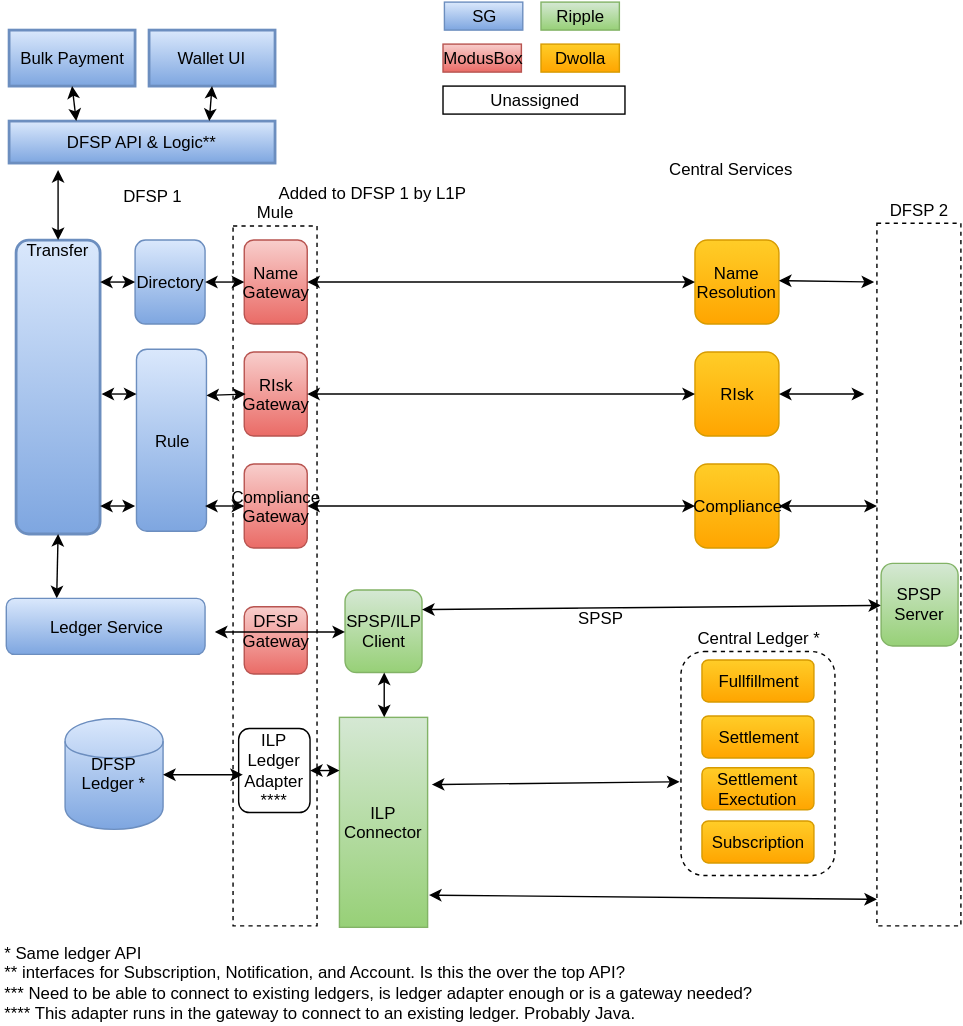
Above: Wiki/Top Level Architecture.svg in maduhu/Documentation (draw.io), before the change. Source tidied: cells renumbered, new cells last; positions are measured from the earlier drawing's top-left corner, leaving out a move shared by most shapes.
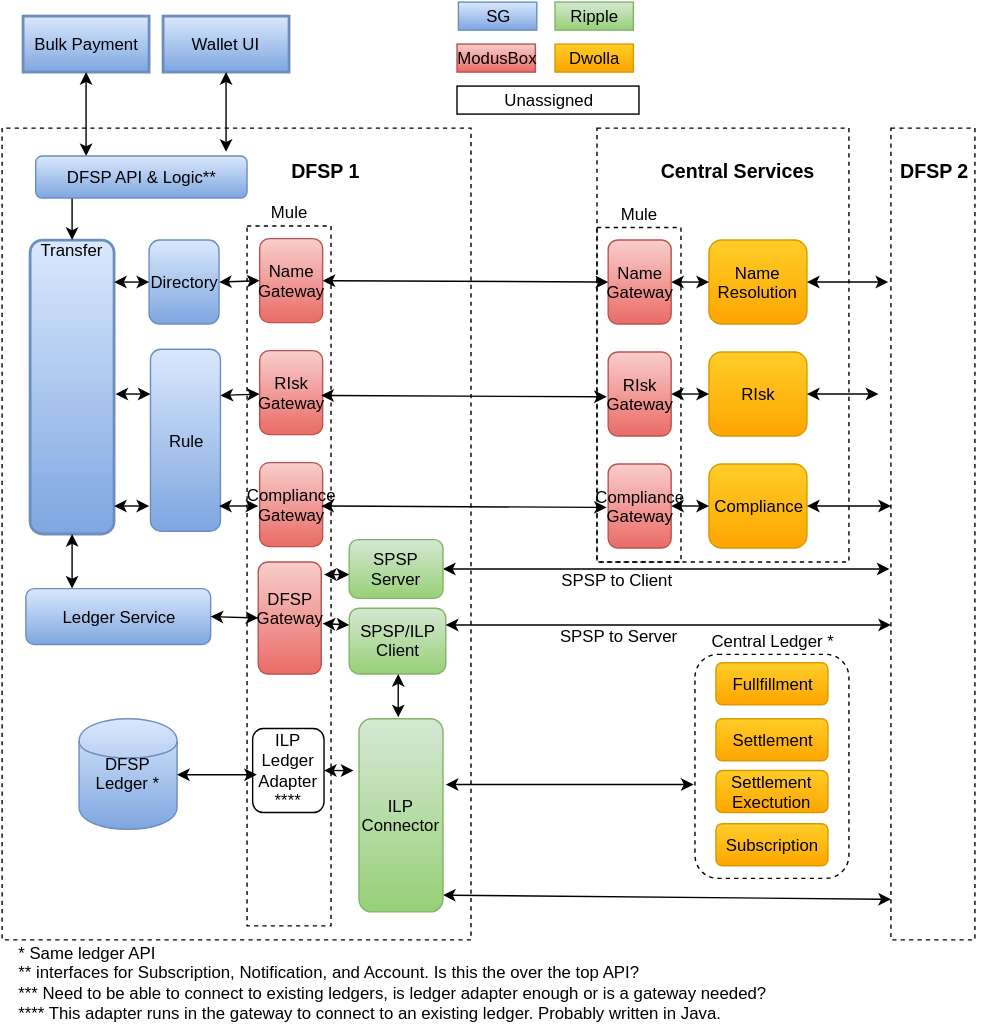
The same file after the commit.

Commit message:
Add mule to center

Added Mule gateway to central services to allow other DFSPs to connect to the center
Adding clear boundaries around the servers
Also moving server to the DFSP 1

What changed in the source:
```diff
@@ -4,4 +4,10 @@
     <mxCell id="1" parent="0" />
+    <mxCell id="62" style="whiteSpace=wrap;html=1;fillColor=none;dashed=1;labelPosition=center;verticalLabelPosition=top;align=center;verticalAlign=bottom;" parent="1" vertex="1">
+      <mxGeometry x="415" y="90" width="180" height="310" as="geometry" />
+    </mxCell>
+    <mxCell id="63" style="whiteSpace=wrap;html=1;fillColor=none;dashed=1;labelPosition=center;verticalLabelPosition=top;align=center;verticalAlign=bottom;direction=west;" parent="1" vertex="1">
+      <mxGeometry x="-10" y="90" width="335" height="580" as="geometry" />
+    </mxCell>
     <mxCell id="2" value="Central Ledger *" style="rounded=1;whiteSpace=wrap;html=1;fillColor=none;strokeColor=#000000;dashed=1;labelPosition=center;verticalLabelPosition=top;align=center;verticalAlign=bottom;" parent="1" vertex="1">
-      <mxGeometry x="485" y="464" width="110" height="160" as="geometry" />
+      <mxGeometry x="485" y="466" width="110" height="160" as="geometry" />
     </mxCell>
@@ -16,7 +22,4 @@
     </mxCell>
-    <mxCell id="6" value="ILP Connector" style="whiteSpace=wrap;html=1;plain-green;" parent="1" vertex="1">
-      <mxGeometry x="241" y="511" width="63" height="150" as="geometry" />
-    </mxCell>
     <mxCell id="7" value="&lt;div&gt;SPSP/ILP&lt;/div&gt;&lt;div&gt;Client&lt;/div&gt;" style="rounded=1;whiteSpace=wrap;html=1;plain-green;" parent="1" vertex="1">
-      <mxGeometry x="245" y="420" width="55" height="59" as="geometry" />
+      <mxGeometry x="238" y="433" width="69" height="47" as="geometry" />
     </mxCell>
@@ -25,29 +28,30 @@
     </mxCell>
-    <mxCell id="9" value="DFSP API &amp;amp; Logic**" style="whiteSpace=wrap;align=center;verticalAlign=middle;fontStyle=0;strokeWidth=2;html=1;plain-blue;" parent="1" vertex="1">
-      <mxGeometry x="5" y="85" width="190" height="30" as="geometry" />
-    </mxCell>
     <mxCell id="10" value="Bulk Payment" style="whiteSpace=wrap;align=center;verticalAlign=middle;fontStyle=0;strokeWidth=2;html=1;plain-blue;" parent="1" vertex="1">
-      <mxGeometry x="5" y="20" width="90" height="40" as="geometry" />
+      <mxGeometry x="5" y="10" width="90" height="40" as="geometry" />
     </mxCell>
     <mxCell id="11" value="Wallet UI" style="whiteSpace=wrap;align=center;verticalAlign=middle;fontStyle=0;strokeWidth=2;html=1;plain-blue;" parent="1" vertex="1">
-      <mxGeometry x="105" y="20" width="90" height="40" as="geometry" />
+      <mxGeometry x="105" y="10" width="90" height="40" as="geometry" />
     </mxCell>
-    <mxCell id="12" style="endArrow=classic;startArrow=classic;html=1;entryX=0.5;entryY=1;exitX=0.25;exitY=0;" parent="1" edge="1" source="9" target="10">
-      <mxGeometry relative="1" as="geometry" />
+    <mxCell id="12" style="endArrow=classic;startArrow=classic;html=1;entryX=0.5;entryY=1;" parent="1" edge="1" target="10">
+      <mxGeometry relative="1" as="geometry">
+        <mxPoint x="50" y="110" as="sourcePoint" />
+      </mxGeometry>
     </mxCell>
-    <mxCell id="13" style="endArrow=classic;startArrow=classic;html=1;entryX=0.5;entryY=1;exitX=0.75;exitY=0;" parent="1" edge="1" source="9" target="11">
-      <mxGeometry x="105" y="80" as="geometry" />
+    <mxCell id="13" style="endArrow=classic;startArrow=classic;html=1;entryX=0.5;entryY=1;" parent="1" edge="1" target="11">
+      <mxGeometry x="105" y="80" as="geometry">
+        <mxPoint x="150" y="107" as="sourcePoint" />
+      </mxGeometry>
     </mxCell>
-    <mxCell id="14" style="endArrow=classic;startArrow=classic;html=1;exitX=0.5;exitY=0;entryX=0.184;entryY=1.167;entryPerimeter=0;" parent="1" edge="1" source="5" target="9">
-      <mxGeometry x="110" y="236" as="geometry" />
+    <mxCell id="14" style="endArrow=classic;startArrow=classic;html=1;exitX=0.5;exitY=0;entryX=0.184;entryY=1.167;entryPerimeter=0;" parent="1" edge="1" source="5">
+      <mxGeometry x="110" y="236" as="geometry">
+        <mxPoint x="40" y="120" as="targetPoint" />
+      </mxGeometry>
     </mxCell>
-    <mxCell id="15" value="&lt;div&gt;* Same ledger API&lt;/div&gt;&lt;div&gt;** interfaces for Subscription, Notification, and Account. Is this the over the top API?&lt;/div&gt;&lt;div&gt;*** Need to be able to connect to existing ledgers, is ledger adapter enough or is a gateway needed?&lt;/div&gt;&lt;div&gt;**** This adapter runs in the gateway to connect to an existing ledger. Probably Java.&lt;/div&gt;" style="text;html=1;align=left;verticalAlign=top;spacingTop=-4;" parent="1" vertex="1">
+    <mxCell id="15" value="&lt;div&gt;* Same ledger API&lt;/div&gt;&lt;div&gt;** interfaces for Subscription, Notification, and Account. Is this the over the top API?&lt;/div&gt;&lt;div&gt;*** Need to be able to connect to existing ledgers, is ledger adapter enough or is a gateway needed?&lt;/div&gt;&lt;div&gt;**** This adapter runs in the gateway to connect to an existing ledger. Probably written in Java.&lt;/div&gt;" style="text;html=1;align=left;verticalAlign=top;spacingTop=-4;" parent="1" vertex="1">
       <mxGeometry y="670" width="550" height="60" as="geometry" />
     </mxCell>
-    <mxCell id="16" style="endArrow=classic;startArrow=classic;html=1;exitX=1;exitY=0.5;entryX=0;entryY=0.5;" parent="1" edge="1" target="59">
-      <mxGeometry x="-40" y="539" as="geometry">
-        <mxPoint x="300" y="434" as="sourcePoint" />
-      </mxGeometry>
+    <mxCell id="16" style="endArrow=classic;startArrow=classic;html=1;exitX=1;exitY=0.5;entryX=-0.017;entryY=0.543;entryPerimeter=0;" parent="1" edge="1" source="59" target="39">
+      <mxGeometry x="-40" y="539" as="geometry" />
     </mxCell>
-    <mxCell id="17" value="SPSP" style="text;html=1;align=center;verticalAlign=middle;labelBackgroundColor=#ffffff;" parent="16" vertex="1">
+    <mxCell id="17" value="SPSP to Client" style="text;html=1;align=center;verticalAlign=middle;labelBackgroundColor=#ffffff;" parent="16" vertex="1">
       <mxGeometry relative="1" as="geometry">
@@ -57,3 +61,3 @@
     <mxCell id="18" value="Name Resolution" style="rounded=1;whiteSpace=wrap;html=1;plain-orange;" parent="1" vertex="1">
-      <mxGeometry x="495" y="170" width="60" height="60" as="geometry" />
+      <mxGeometry x="495" y="170" width="70" height="60" as="geometry" />
     </mxCell>
@@ -63,3 +67,3 @@
     <mxCell id="20" value="Name Gateway" style="rounded=1;whiteSpace=wrap;html=1;plain-red;" parent="1" vertex="1">
-      <mxGeometry x="173" y="170" width="45" height="60" as="geometry" />
+      <mxGeometry x="423" y="170" width="45" height="60" as="geometry" />
     </mxCell>
@@ -71,3 +75,3 @@
     </mxCell>
-    <mxCell id="22" style="endArrow=classic;startArrow=classic;html=1;entryX=0;entryY=0.5;exitX=1;exitY=0.5;" parent="1" edge="1" source="19" target="20">
+    <mxCell id="22" style="endArrow=classic;startArrow=classic;html=1;entryX=0;entryY=0.5;exitX=1;exitY=0.5;" parent="1" edge="1" source="68" target="20">
       <mxGeometry x="125" y="219" as="geometry" />
@@ -78,6 +82,6 @@
     <mxCell id="24" value="RIsk" style="rounded=1;whiteSpace=wrap;html=1;plain-orange;" parent="1" vertex="1">
-      <mxGeometry x="495" y="250" width="60" height="60" as="geometry" />
+      <mxGeometry x="495" y="250" width="70" height="60" as="geometry" />
     </mxCell>
     <mxCell id="25" value="RIsk Gateway" style="rounded=1;whiteSpace=wrap;html=1;plain-red;" parent="1" vertex="1">
-      <mxGeometry x="173" y="250" width="45" height="60" as="geometry" />
+      <mxGeometry x="423" y="250" width="45" height="60" as="geometry" />
     </mxCell>
@@ -87,6 +91,6 @@
     <mxCell id="27" value="Compliance" style="rounded=1;whiteSpace=wrap;html=1;plain-orange;" parent="1" vertex="1">
-      <mxGeometry x="495" y="330" width="60" height="60" as="geometry" />
+      <mxGeometry x="495" y="330" width="70" height="60" as="geometry" />
     </mxCell>
     <mxCell id="28" value="Compliance Gateway" style="rounded=1;whiteSpace=wrap;html=1;plain-red;" parent="1" vertex="1">
-      <mxGeometry x="173" y="330" width="45" height="60" as="geometry" />
+      <mxGeometry x="423" y="330" width="45" height="60" as="geometry" />
     </mxCell>
@@ -121,9 +125,9 @@
     </mxCell>
-    <mxCell id="35" value="Central Services" style="text;html=1;align=left;verticalAlign=top;spacingTop=-4;" parent="1" vertex="1">
-      <mxGeometry x="475" y="110" width="100" height="20" as="geometry" />
+    <mxCell id="35" value="Central Services" style="text;html=1;align=left;verticalAlign=top;spacingTop=-4;fontStyle=1;fontSize=14;" parent="1" vertex="1">
+      <mxGeometry x="459" y="110" width="100" height="20" as="geometry" />
     </mxCell>
     <mxCell id="36" style="endArrow=classic;startArrow=classic;html=1;" parent="1" edge="1">
-      <mxGeometry x="260" y="658" as="geometry">
-        <mxPoint x="495" y="560" as="sourcePoint" />
-        <mxPoint x="495" y="560" as="targetPoint" />
+      <mxGeometry x="260" y="660" as="geometry">
+        <mxPoint x="495" y="562" as="sourcePoint" />
+        <mxPoint x="495" y="562" as="targetPoint" />
       </mxGeometry>
@@ -131,13 +135,12 @@
     <mxCell id="37" value="&lt;div&gt;DFSP Gateway&lt;/div&gt;&lt;div&gt;&lt;div&gt;&lt;br&gt;&lt;/div&gt;&lt;/div&gt;" style="rounded=1;whiteSpace=wrap;html=1;plain-red;" parent="1" vertex="1">
-      <mxGeometry x="173" y="432" width="45" height="48" as="geometry" />
+      <mxGeometry x="173" y="400" width="45" height="80" as="geometry" />
     </mxCell>
-    <mxCell id="38" style="endArrow=classic;startArrow=classic;html=1;exitX=1.049;exitY=0.6;entryX=0;entryY=0.5;exitPerimeter=0;" parent="1" edge="1" source="45" target="7">
+    <mxCell id="38" style="endArrow=classic;startArrow=classic;html=1;exitX=1.017;exitY=0.553;entryX=0;entryY=0.25;exitPerimeter=0;" parent="1" edge="1" source="37" target="7">
       <mxGeometry x="120" y="467" as="geometry" />
     </mxCell>
-    <mxCell id="39" value="DFSP 2" style="whiteSpace=wrap;html=1;fillColor=none;dashed=1;labelPosition=center;verticalLabelPosition=top;align=center;verticalAlign=bottom;" parent="1" vertex="1">
-      <mxGeometry x="625" y="158" width="60" height="502" as="geometry" />
+    <mxCell id="39" style="whiteSpace=wrap;html=1;fillColor=none;dashed=1;labelPosition=center;verticalLabelPosition=middle;align=center;verticalAlign=middle;" parent="1" vertex="1">
+      <mxGeometry x="625" y="90" width="60" height="580" as="geometry" />
     </mxCell>
-    <mxCell id="40" style="endArrow=classic;startArrow=classic;html=1;" parent="1" edge="1">
+    <mxCell id="40" style="endArrow=classic;startArrow=classic;html=1;exitX=1;exitY=0.5;" parent="1" edge="1" source="27">
       <mxGeometry x="464" y="389" as="geometry">
-        <mxPoint x="555" y="360" as="sourcePoint" />
         <mxPoint x="625" y="360" as="targetPoint" />
@@ -145,5 +148,5 @@
     </mxCell>
-    <mxCell id="41" style="endArrow=classic;startArrow=classic;html=1;exitX=1;exitY=0.5;" parent="1" edge="1">
+    <mxCell id="41" style="endArrow=classic;startArrow=classic;html=1;" parent="1" edge="1">
       <mxGeometry x="472" y="309" as="geometry">
-        <mxPoint x="555" y="280" as="sourcePoint" />
+        <mxPoint x="565" y="280" as="sourcePoint" />
         <mxPoint x="616" y="280" as="targetPoint" />
@@ -151,5 +154,5 @@
     </mxCell>
-    <mxCell id="42" style="endArrow=classic;startArrow=classic;html=1;exitX=1;exitY=0.5;entryX=-0.033;entryY=0.269;entryPerimeter=0;" parent="1" edge="1">
+    <mxCell id="42" style="endArrow=classic;startArrow=classic;html=1;entryX=-0.033;entryY=0.269;entryPerimeter=0;" parent="1" edge="1">
       <mxGeometry x="472" y="228" as="geometry">
-        <mxPoint x="555" y="199" as="sourcePoint" />
+        <mxPoint x="565" y="200" as="sourcePoint" />
         <mxPoint x="623" y="200" as="targetPoint" />
@@ -157,13 +160,19 @@
     </mxCell>
-    <mxCell id="43" style="endArrow=classic;startArrow=classic;html=1;exitX=0.5;exitY=1;entryX=0.5;entryY=0;" parent="1" edge="1" source="7" target="6">
-      <mxGeometry x="130" y="399" as="geometry" />
+    <mxCell id="43" style="endArrow=classic;startArrow=classic;html=1;exitX=0.5;exitY=1;entryX=0.5;entryY=0;" parent="1" edge="1" source="7">
+      <mxGeometry x="130" y="399" as="geometry">
+        <mxPoint x="273" y="511" as="targetPoint" />
+      </mxGeometry>
     </mxCell>
-    <mxCell id="44" style="endArrow=classic;startArrow=classic;html=1;entryX=-0.009;entryY=0.581;exitX=1.04;exitY=0.32;exitPerimeter=0;entryPerimeter=0;" parent="1" edge="1" source="6" target="2">
-      <mxGeometry x="115" y="649" as="geometry" />
+    <mxCell id="44" style="endArrow=classic;startArrow=classic;html=1;entryX=-0.009;entryY=0.581;exitX=1.04;exitY=0.32;exitPerimeter=0;entryPerimeter=0;" parent="1" edge="1" target="2">
+      <mxGeometry x="115" y="649" as="geometry">
+        <mxPoint x="307" y="559" as="sourcePoint" />
+      </mxGeometry>
     </mxCell>
     <mxCell id="45" value="Ledger Service" style="rounded=1;whiteSpace=wrap;html=1;plain-blue;" parent="1" vertex="1">
-      <mxGeometry x="3" y="426" width="142" height="40" as="geometry" />
+      <mxGeometry x="7" y="419" width="132" height="40" as="geometry" />
     </mxCell>
-    <mxCell id="46" style="endArrow=classic;startArrow=classic;html=1;exitX=1;exitY=0.5;entryX=0;entryY=0.25;" parent="1" edge="1" source="51" target="6">
-      <mxGeometry x="120" y="467" as="geometry" />
+    <mxCell id="46" style="endArrow=classic;startArrow=classic;html=1;exitX=1;exitY=0.5;entryX=0;entryY=0.25;" parent="1" edge="1" source="51">
+      <mxGeometry x="120" y="467" as="geometry">
+        <mxPoint x="241" y="549" as="targetPoint" />
+      </mxGeometry>
     </mxCell>
@@ -188,15 +197,16 @@
     <mxCell id="53" value="Fullfillment" style="rounded=1;whiteSpace=wrap;html=1;plain-orange;" parent="1" vertex="1">
-      <mxGeometry x="500" y="470" width="80" height="30" as="geometry" />
+      <mxGeometry x="500" y="472" width="80" height="30" as="geometry" />
     </mxCell>
     <mxCell id="54" value="Settlement" style="rounded=1;whiteSpace=wrap;html=1;plain-orange;" parent="1" vertex="1">
-      <mxGeometry x="500" y="510" width="80" height="30" as="geometry" />
+      <mxGeometry x="500" y="512" width="80" height="30" as="geometry" />
     </mxCell>
     <mxCell id="55" value="Subscription" style="rounded=1;whiteSpace=wrap;html=1;plain-orange;" parent="1" vertex="1">
-      <mxGeometry x="500" y="585" width="80" height="30" as="geometry" />
+      <mxGeometry x="500" y="587" width="80" height="30" as="geometry" />
     </mxCell>
     <mxCell id="56" value="Settlement Exectution" style="rounded=1;whiteSpace=wrap;html=1;plain-orange;" parent="1" vertex="1">
-      <mxGeometry x="500" y="547" width="80" height="30" as="geometry" />
+      <mxGeometry x="500" y="549" width="80" height="30" as="geometry" />
     </mxCell>
-    <mxCell id="57" style="endArrow=classic;startArrow=classic;html=1;exitX=1.02;exitY=0.844;exitPerimeter=0;" parent="1" edge="1" source="6">
+    <mxCell id="57" style="endArrow=classic;startArrow=classic;html=1;exitX=1.02;exitY=0.844;exitPerimeter=0;" parent="1" edge="1">
       <mxGeometry x="270" y="668" as="geometry">
+        <mxPoint x="305" y="638" as="sourcePoint" />
         <mxPoint x="625" y="641" as="targetPoint" />
@@ -204,14 +214,66 @@
     </mxCell>
-    <mxCell id="58" value="DFSP 1" style="text;html=1;align=left;verticalAlign=top;spacingTop=-4;" parent="1" vertex="1">
-      <mxGeometry x="85" y="129" width="60" height="20" as="geometry" />
+    <mxCell id="58" value="DFSP 1" style="text;html=1;align=left;verticalAlign=top;spacingTop=-4;fontStyle=1;fontSize=14;" parent="1" vertex="1">
+      <mxGeometry x="195" y="110" width="60" height="20" as="geometry" />
     </mxCell>
+    <mxCell id="61" value="Unassigned" style="whiteSpace=wrap;html=1;fillColor=#ffffff;strokeColor=#000000;" parent="1" vertex="1">
+      <mxGeometry x="315" y="60" width="130" height="20" as="geometry" />
+    </mxCell>
     <mxCell id="59" value="&lt;div&gt;SPSP Server&lt;/div&gt;" style="rounded=1;whiteSpace=wrap;html=1;plain-green;" parent="1" vertex="1">
-      <mxGeometry x="628" y="401" width="55" height="59" as="geometry" />
+      <mxGeometry x="238" y="384" width="67" height="42" as="geometry" />
     </mxCell>
-    <mxCell id="60" value="Added to DFSP 1 by L1P" style="text;html=1;align=left;verticalAlign=top;spacingTop=-4;" parent="1" vertex="1">
-      <mxGeometry x="196" y="127" width="150" height="20" as="geometry" />
-    </mxCell>
-    <mxCell id="61" value="Unassigned" style="whiteSpace=wrap;html=1;fillColor=#ffffff;strokeColor=#000000;" parent="1" vertex="1">
-      <mxGeometry x="315" y="60" width="130" height="20" as="geometry" />
-    </mxCell>
+    <mxCell id="64" style="endArrow=classic;startArrow=classic;html=1;exitX=1;exitY=0.25;" parent="1" edge="1" source="7">
+      <mxGeometry x="-30" y="549" as="geometry">
+        <mxPoint x="625" y="445" as="targetPoint" />
+      </mxGeometry>
+    </mxCell>
+    <mxCell id="65" value="SPSP to Server" style="text;html=1;align=center;verticalAlign=middle;labelBackgroundColor=#ffffff;" parent="64" vertex="1">
+      <mxGeometry relative="1" as="geometry">
+        <mxPoint x="-36" y="7" as="offset" />
+      </mxGeometry>
+    </mxCell>
+    <mxCell id="66" style="endArrow=classic;startArrow=classic;html=1;" parent="1" edge="1">
+      <mxGeometry x="130" y="477" as="geometry">
+        <mxPoint x="220" y="409" as="sourcePoint" />
+        <mxPoint x="238" y="409" as="targetPoint" />
+      </mxGeometry>
+    </mxCell>
+    <mxCell id="67" style="endArrow=classic;startArrow=classic;html=1;exitX=1;exitY=0.5;entryX=0;entryY=0.5;" parent="1" edge="1" source="45" target="37">
+      <mxGeometry x="207" y="589" as="geometry" />
+    </mxCell>
+    <mxCell id="68" value="Name Gateway" style="rounded=1;whiteSpace=wrap;html=1;plain-red;" parent="1" vertex="1">
+      <mxGeometry x="174" y="169" width="45" height="60" as="geometry" />
+    </mxCell>
+    <mxCell id="69" value="RIsk Gateway" style="rounded=1;whiteSpace=wrap;html=1;plain-red;" parent="1" vertex="1">
+      <mxGeometry x="174" y="249" width="45" height="60" as="geometry" />
+    </mxCell>
+    <mxCell id="70" value="Compliance Gateway" style="rounded=1;whiteSpace=wrap;html=1;plain-red;" parent="1" vertex="1">
+      <mxGeometry x="174" y="329" width="45" height="60" as="geometry" />
+    </mxCell>
+    <mxCell id="71" value="Mule" style="whiteSpace=wrap;html=1;fillColor=none;dashed=1;labelPosition=center;verticalLabelPosition=top;align=center;verticalAlign=bottom;" parent="1" vertex="1">
+      <mxGeometry x="415" y="161" width="60" height="239" as="geometry" />
+    </mxCell>
+    <mxCell id="72" style="endArrow=classic;startArrow=classic;html=1;entryX=0;entryY=0.5;exitX=1;exitY=0.5;" parent="1" edge="1">
+      <mxGeometry x="124" y="301" as="geometry">
+        <mxPoint x="218" y="281" as="sourcePoint" />
+        <mxPoint x="422" y="282" as="targetPoint" />
+      </mxGeometry>
+    </mxCell>
+    <mxCell id="73" style="endArrow=classic;startArrow=classic;html=1;entryX=0;entryY=0.5;exitX=1;exitY=0.5;" parent="1" edge="1">
+      <mxGeometry x="124" y="380" as="geometry">
+        <mxPoint x="218" y="360" as="sourcePoint" />
+        <mxPoint x="422" y="361" as="targetPoint" />
+      </mxGeometry>
+    </mxCell>
+    <mxCell id="74" style="endArrow=classic;startArrow=classic;html=1;entryX=0;entryY=0.5;exitX=1;exitY=0.5;" parent="1" edge="1" source="19" target="68">
+      <mxGeometry x="135" y="389" as="geometry" />
+    </mxCell>
+    <mxCell id="6" value="ILP Connector" style="rounded=1;whiteSpace=wrap;html=1;plain-green;" parent="1" vertex="1">
+      <mxGeometry x="245" y="512" width="60" height="138" as="geometry" />
+    </mxCell>
+    <mxCell id="9" value="DFSP API &amp;amp; Logic**" style="rounded=1;whiteSpace=wrap;html=1;plain-blue;" parent="1" vertex="1">
+      <mxGeometry x="14" y="110" width="151" height="30" as="geometry" />
+    </mxCell>
+    <mxCell id="75" value="DFSP 2" style="text;html=1;align=left;verticalAlign=top;spacingTop=-4;fontStyle=1;fontSize=14;" parent="1" vertex="1">
+      <mxGeometry x="630" y="110" width="60" height="20" as="geometry" />
+    </mxCell>
   </root>
```
